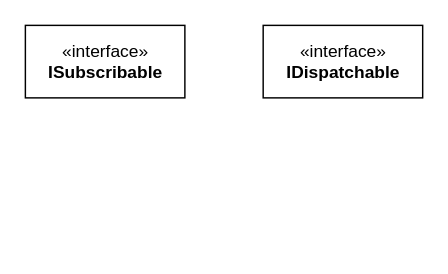
codebdy/rxdrag keeps this draw.io diagram as 未命名绘图.drawio. Above is the earlier version. Source tidied: cells renumbered, new cells numbered last; positions are measured from the earlier drawing's top-left corner, leaving out a move shared by most shapes. Both pictures are drawn from the tidied source at 145%, with x=0, y=0 at pixel (25, 25).
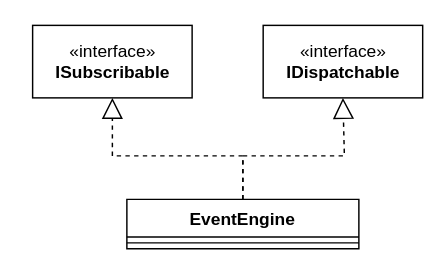
Above is the later version.

Commit message:
更新未命名绘图.drawio

Diff of the diagram source:
```diff
@@
 <mxGraphModel>
   <root>
     <mxCell id="0" />
     <mxCell id="1" parent="0" />
     <mxCell id="2" value="«interface»&lt;br&gt;&lt;b&gt;ISubscribable&lt;/b&gt;" style="html=1;" parent="1" vertex="1">
-      <mxGeometry width="110" height="50" as="geometry" />
+      <mxGeometry x="5" width="110" height="50" as="geometry" />
     </mxCell>
     <mxCell id="3" value="«interface»&lt;br&gt;&lt;b&gt;IDispatchable&lt;/b&gt;" style="html=1;" parent="1" vertex="1">
       <mxGeometry x="164" width="110" height="50" as="geometry" />
     </mxCell>
+    <mxCell id="4" value="EventEngine" style="swimlane;fontStyle=1;align=center;verticalAlign=top;horizontal=1;startSize=26;" parent="1" vertex="1">
+      <mxGeometry x="70" y="120" width="160" height="34" as="geometry" />
+    </mxCell>
+    <mxCell id="5" style="line;strokeWidth=1;fillColor=none;align=left;verticalAlign=middle;spacingTop=-1;spacingLeft=3;spacingRight=3;labelPosition=right;strokeColor=inherit;" parent="4" vertex="1">
+      <mxGeometry y="26" width="160" height="8" as="geometry" />
+    </mxCell>
+    <mxCell id="6" style="endArrow=block;dashed=1;endFill=0;endSize=12;html=1;rounded=0;exitX=0.5;exitY=0;exitDx=0;exitDy=0;" parent="1" edge="1" source="4" target="2">
+      <mxGeometry relative="1" as="geometry">
+        <Array as="points">
+          <mxPoint x="150" y="90" />
+          <mxPoint x="60" y="90" />
+        </Array>
+      </mxGeometry>
+    </mxCell>
+    <mxCell id="7" style="endArrow=block;dashed=1;endFill=0;endSize=12;html=1;rounded=0;exitX=0.5;exitY=0;exitDx=0;exitDy=0;entryX=0.5;entryY=1;entryDx=0;entryDy=0;" parent="1" edge="1" source="4" target="3">
+      <mxGeometry relative="1" as="geometry">
+        <Array as="points">
+          <mxPoint x="150" y="90" />
+          <mxPoint x="220" y="90" />
+        </Array>
+      </mxGeometry>
+    </mxCell>
   </root>
 </mxGraphModel>
```
